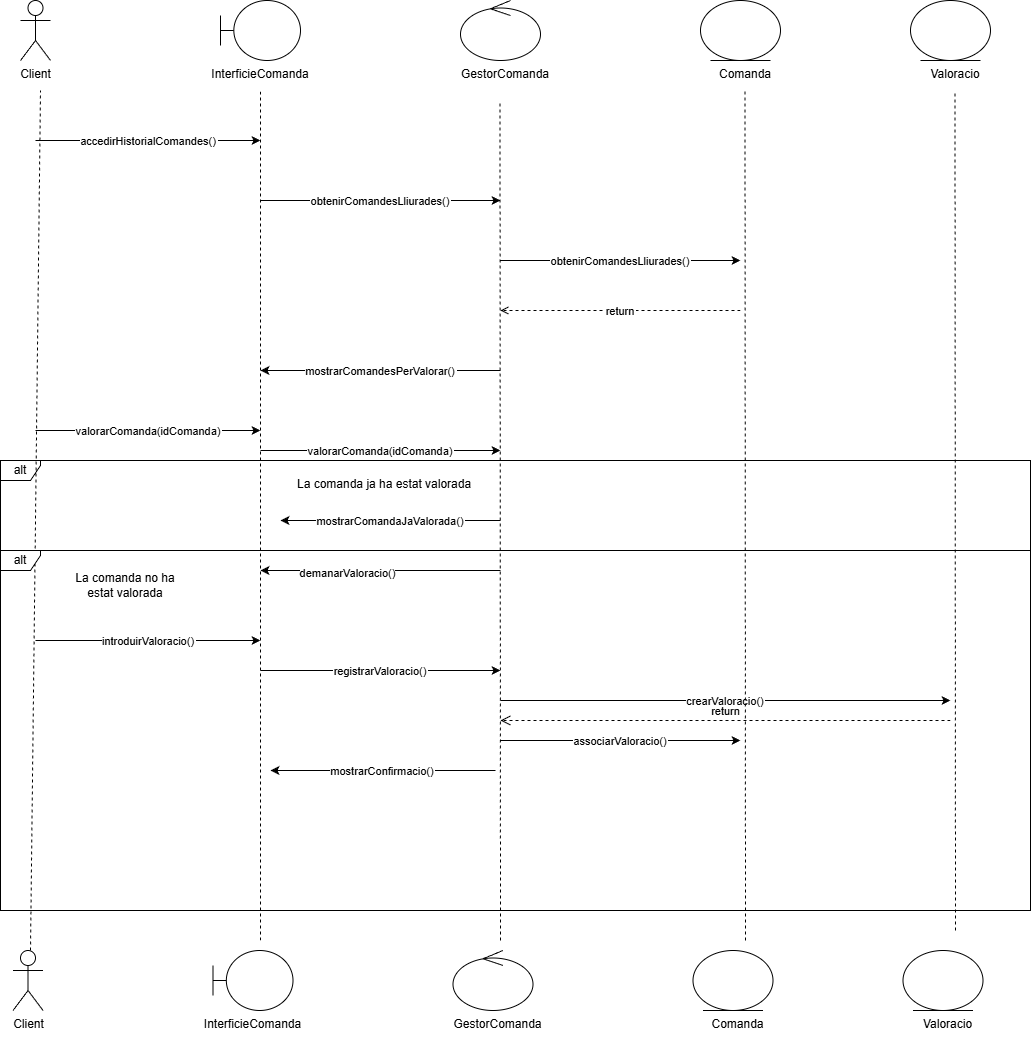
Earlier version of the draw.io export Diagrames/Diagrames seqüència/Diagrames Sebastián Díaz Carrasco/valorar_comanda_rebuda.png (MarcelPainos/ES26UAB-431-12). Source tidied: cells renumbered, new cells last; positions are measured from the earlier drawing's top-left corner, leaving out a move shared by most shapes.
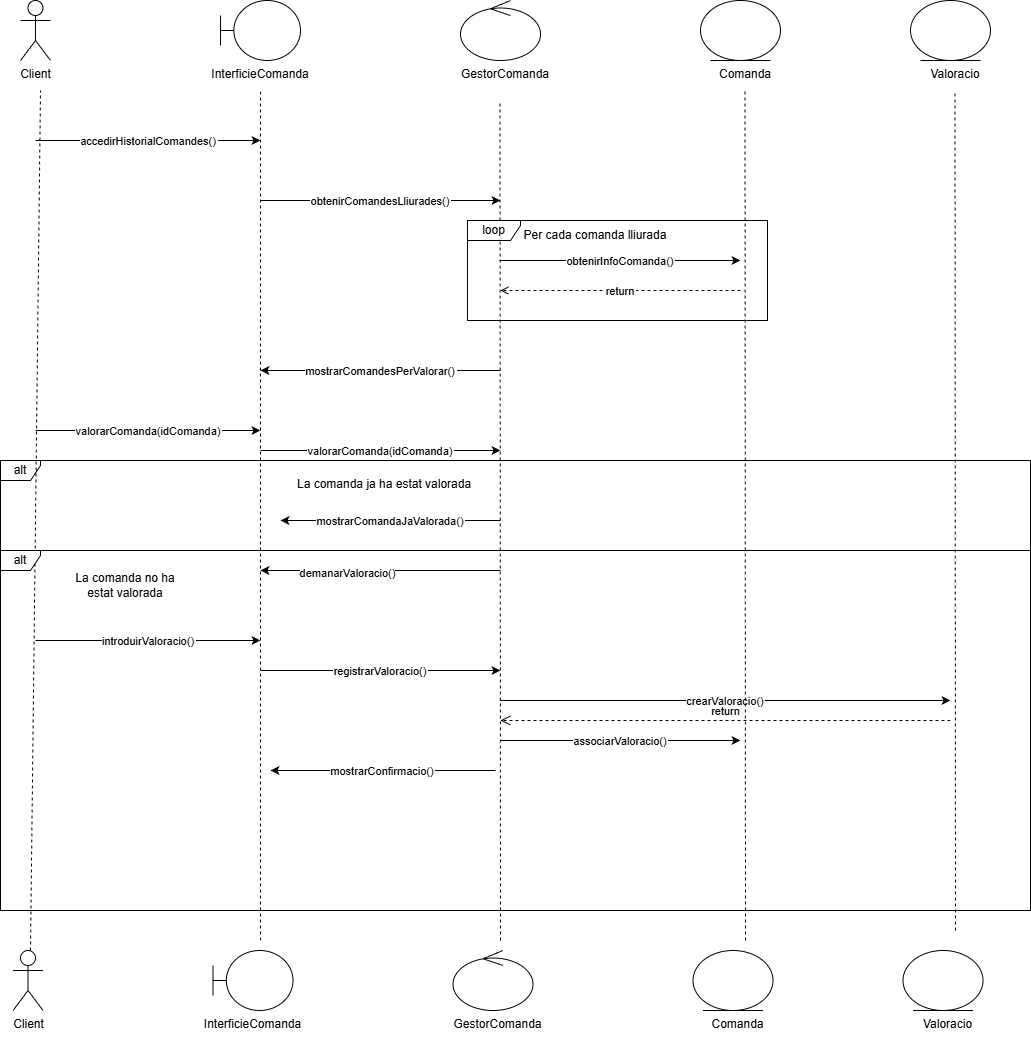
After the change.

The edit, as a diff of the source:
```diff
@@ -41,7 +41,7 @@
         <mxPoint x="500" y="200" as="targetPoint" />
       </mxGeometry>
     </mxCell>
-    <mxCell id="13" value="obtenirComandesLliurades()" style="endArrow=classic;" parent="1" edge="1">
+    <mxCell id="13" value="obtenirInfoComanda()" style="endArrow=classic;" parent="1" edge="1">
       <mxGeometry relative="1" as="geometry">
         <mxPoint x="500" y="260" as="sourcePoint" />
         <mxPoint x="740" y="260" as="targetPoint" />
@@ -49,8 +49,8 @@
     </mxCell>
     <mxCell id="14" value="return" style="endArrow=open;dashed=1;" parent="1" edge="1">
       <mxGeometry relative="1" as="geometry">
-        <mxPoint x="740" y="310" as="sourcePoint" />
-        <mxPoint x="500" y="310" as="targetPoint" />
+        <mxPoint x="740" y="290" as="sourcePoint" />
+        <mxPoint x="500" y="290" as="targetPoint" />
       </mxGeometry>
     </mxCell>
     <mxCell id="15" value="mostrarComandesPerValorar()" style="endArrow=classic;" parent="1" edge="1">
@@ -191,5 +191,11 @@
     <mxCell id="44" value="Valoracio" style="text;strokeColor=none;fillColor=none;align=center;" parent="1" vertex="1">
       <mxGeometry x="897.5" y="1010" width="100" height="30" as="geometry" />
     </mxCell>
+    <mxCell id="45" value="loop" style="shape=umlFrame;whiteSpace=wrap;html=1;width=53;height=20;" parent="1" vertex="1">
+      <mxGeometry x="467" y="220" width="300" height="100" as="geometry" />
+    </mxCell>
+    <mxCell id="46" value="Per cada comanda lliurada" style="text;html=1;whiteSpace=wrap;strokeColor=none;fillColor=none;align=center;verticalAlign=middle;rounded=0;" parent="1" vertex="1">
+      <mxGeometry x="520" y="220" width="150" height="30" as="geometry" />
+    </mxCell>
   </root>
 </mxGraphModel>
```
